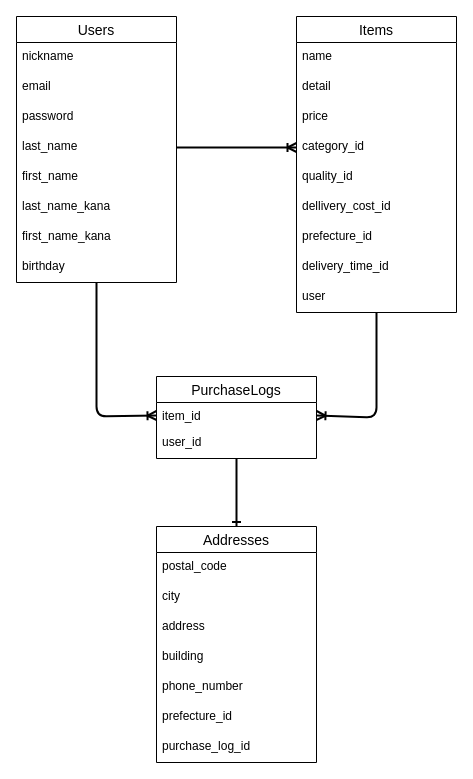
Nuigu/furima-39534 keeps this draw.io diagram as ER.dio. Above is the earlier version. Source tidied: cells renumbered, new cells numbered last; positions are measured from the earlier drawing's top-left corner, leaving out a move shared by most shapes. Both pictures are drawn from the tidied source at 100%, with x=0, y=0 at pixel (16, 16).
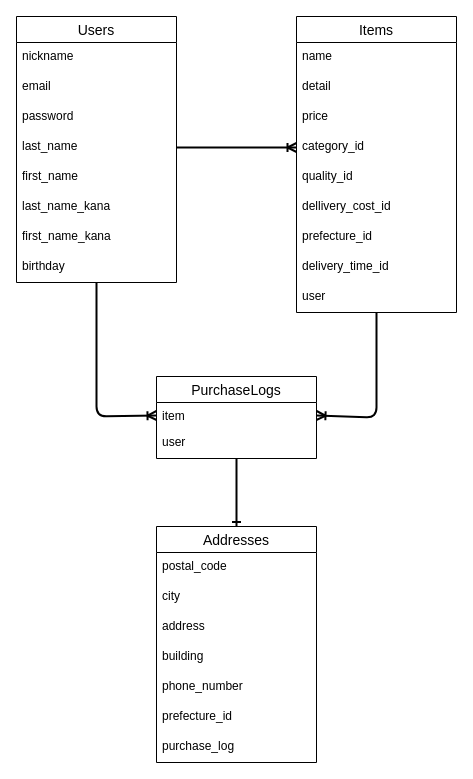
The same diagram, later.

The change refers to these unchanged cells:
```xml
<mxCell id="22" value="Addresses" style="swimlane;fontStyle=0;horizontal=1;startSize=26;align=center;fontSize=14;" parent="1" vertex="1">
  <mxGeometry x="140" y="510" width="160" height="236" as="geometry" />
</mxCell>
<mxCell id="30" value="PurchaseLogs" style="swimlane;fontStyle=0;horizontal=1;startSize=26;align=center;fontSize=14;" parent="1" vertex="1">
  <mxGeometry x="140" y="360" width="160" height="82" as="geometry" />
</mxCell>
```

Change to the diagram source:
```diff
@@
-    <mxCell id="29" value="purchase_log_id" style="text;strokeColor=none;fillColor=none;spacingLeft=4;spacingRight=4;overflow=hidden;fontSize=12;" parent="22" vertex="1">
+    <mxCell id="29" value="purchase_log" style="text;strokeColor=none;fillColor=none;spacingLeft=4;spacingRight=4;overflow=hidden;fontSize=12;" parent="22" vertex="1">
       <mxGeometry y="206" width="160" height="30" as="geometry" />
     </mxCell>
@@
-    <mxCell id="31" value="item_id" style="text;strokeColor=none;fillColor=none;spacingLeft=4;spacingRight=4;overflow=hidden;points=[[0,0.5],[1,0.5]];portConstraint=eastwest;fontSize=12;" parent="30" vertex="1">
+    <mxCell id="31" value="item" style="text;strokeColor=none;fillColor=none;spacingLeft=4;spacingRight=4;overflow=hidden;points=[[0,0.5],[1,0.5]];portConstraint=eastwest;fontSize=12;" parent="30" vertex="1">
       <mxGeometry y="26" width="160" height="26" as="geometry" />
     </mxCell>
-    <mxCell id="32" value="user_id" style="text;strokeColor=none;fillColor=none;spacingLeft=4;spacingRight=4;overflow=hidden;points=[[0,0.5],[1,0.5]];portConstraint=eastwest;fontSize=12;" parent="30" vertex="1">
+    <mxCell id="32" value="user" style="text;strokeColor=none;fillColor=none;spacingLeft=4;spacingRight=4;overflow=hidden;points=[[0,0.5],[1,0.5]];portConstraint=eastwest;fontSize=12;" parent="30" vertex="1">
       <mxGeometry y="52" width="160" height="30" as="geometry" />
     </mxCell>
```
